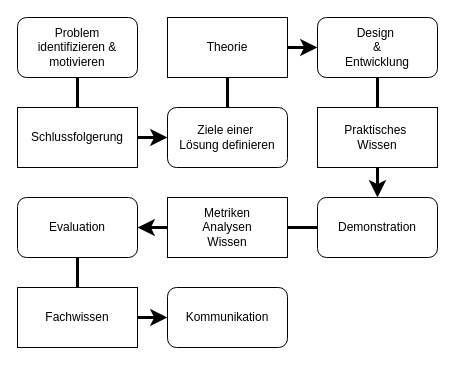
Above: page "dsrm-steps" (2 of 2) of dsrm.drawio in mhecktor/draw.io (draw.io), before the change. Source tidied: cells renumbered, new cells numbered last; positions are measured from the earlier drawing's top-left corner, leaving out a move shared by most shapes. Both pictures are drawn from the tidied source at 100%, with x=0, y=0 at pixel (17, 17).
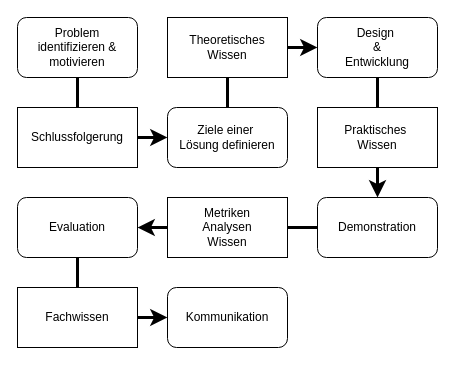
Above is the later version.

Unchanged cells that the change refers to:
```xml
<mxCell id="12" style="group;" parent="1" vertex="1">
  <mxGeometry x="150" width="120" height="60" as="geometry" />
</mxCell>
```

Change to the diagram source:
```diff
@@
-    <mxCell id="15" value="Theorie" style="rounded=0;whiteSpace=wrap;html=1;" parent="12" vertex="1">
+    <mxCell id="15" value="Theoretisches Wissen" style="rounded=0;whiteSpace=wrap;html=1;" parent="12" vertex="1">
       <mxGeometry width="120" height="60" as="geometry" />
     </mxCell>
```
